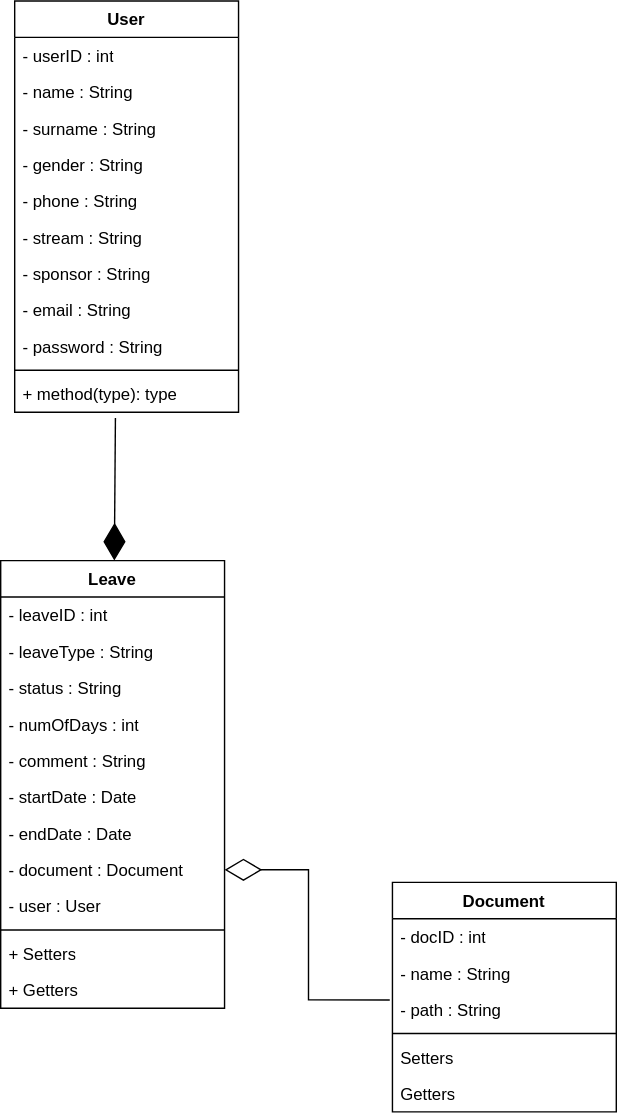
The draw.io diagram Class diagram/Leave Class Diagram.drawio.svg in tshegofatso-motlhakane/LeaveManagement--Documentation, before a commit. Source tidied: cells renumbered, new cells last; positions are measured from the earlier drawing's top-left corner, leaving out a move shared by most shapes. Source of this version:
```xml
<mxGraphModel>
  <root>
    <mxCell id="0" />
    <mxCell id="1" parent="0" />
    <mxCell id="2" value="Leave" style="swimlane;fontStyle=1;align=center;verticalAlign=top;horizontal=1;startSize=26;whiteSpace=wrap;html=1;" parent="1" vertex="1">
      <mxGeometry y="400" width="160" height="320" as="geometry" />
    </mxCell>
    <mxCell id="3" value="- leaveID : int" style="text;strokeColor=none;fillColor=none;align=left;verticalAlign=top;spacingLeft=4;spacingRight=4;overflow=hidden;whiteSpace=wrap;html=1;" parent="2" vertex="1">
      <mxGeometry y="26" width="160" height="26" as="geometry" />
    </mxCell>
    <mxCell id="4" value="- leaveType : String" style="text;strokeColor=none;fillColor=none;align=left;verticalAlign=top;spacingLeft=4;spacingRight=4;overflow=hidden;whiteSpace=wrap;html=1;" parent="2" vertex="1">
      <mxGeometry y="52" width="160" height="26" as="geometry" />
    </mxCell>
    <mxCell id="5" value="- status : String" style="text;strokeColor=none;fillColor=none;align=left;verticalAlign=top;spacingLeft=4;spacingRight=4;overflow=hidden;whiteSpace=wrap;html=1;" parent="2" vertex="1">
      <mxGeometry y="78" width="160" height="26" as="geometry" />
    </mxCell>
    <mxCell id="6" value="- numOfDays : int" style="text;strokeColor=none;fillColor=none;align=left;verticalAlign=top;spacingLeft=4;spacingRight=4;overflow=hidden;whiteSpace=wrap;html=1;" parent="2" vertex="1">
      <mxGeometry y="104" width="160" height="26" as="geometry" />
    </mxCell>
    <mxCell id="7" value="- comment : String" style="text;strokeColor=none;fillColor=none;align=left;verticalAlign=top;spacingLeft=4;spacingRight=4;overflow=hidden;whiteSpace=wrap;html=1;" parent="2" vertex="1">
      <mxGeometry y="130" width="160" height="26" as="geometry" />
    </mxCell>
    <mxCell id="8" value="- startDate : Date" style="text;strokeColor=none;fillColor=none;align=left;verticalAlign=top;spacingLeft=4;spacingRight=4;overflow=hidden;whiteSpace=wrap;html=1;" parent="2" vertex="1">
      <mxGeometry y="156" width="160" height="26" as="geometry" />
    </mxCell>
    <mxCell id="9" value="- endDate : Date" style="text;strokeColor=none;fillColor=none;align=left;verticalAlign=top;spacingLeft=4;spacingRight=4;overflow=hidden;whiteSpace=wrap;html=1;" parent="2" vertex="1">
      <mxGeometry y="182" width="160" height="26" as="geometry" />
    </mxCell>
    <mxCell id="10" value="- document : Document" style="text;strokeColor=none;fillColor=none;align=left;verticalAlign=top;spacingLeft=4;spacingRight=4;overflow=hidden;points=[[0,0.5],[1,0.5]];portConstraint=eastwest;whiteSpace=wrap;html=1;" parent="2" vertex="1">
      <mxGeometry y="208" width="160" height="26" as="geometry" />
    </mxCell>
    <mxCell id="11" value="- user : User" style="text;strokeColor=none;fillColor=none;align=left;verticalAlign=top;spacingLeft=4;spacingRight=4;overflow=hidden;whiteSpace=wrap;html=1;" parent="2" vertex="1">
      <mxGeometry y="234" width="160" height="26" as="geometry" />
    </mxCell>
    <mxCell id="12" style="line;strokeWidth=1;fillColor=none;align=left;verticalAlign=middle;spacingTop=-1;spacingLeft=3;spacingRight=3;labelPosition=right;strokeColor=inherit;" parent="2" vertex="1">
      <mxGeometry y="260" width="160" height="8" as="geometry" />
    </mxCell>
    <mxCell id="13" value="+ Setters" style="text;strokeColor=none;fillColor=none;align=left;verticalAlign=top;spacingLeft=4;spacingRight=4;overflow=hidden;whiteSpace=wrap;html=1;" parent="2" vertex="1">
      <mxGeometry y="268" width="160" height="26" as="geometry" />
    </mxCell>
    <mxCell id="14" value="+ Getters" style="text;strokeColor=none;fillColor=none;align=left;verticalAlign=top;spacingLeft=4;spacingRight=4;overflow=hidden;whiteSpace=wrap;html=1;" parent="2" vertex="1">
      <mxGeometry y="294" width="160" height="26" as="geometry" />
    </mxCell>
    <mxCell id="15" value="Document" style="swimlane;fontStyle=1;align=center;verticalAlign=top;horizontal=1;startSize=26;whiteSpace=wrap;html=1;" parent="1" vertex="1">
      <mxGeometry x="280" y="630" width="160" height="164" as="geometry" />
    </mxCell>
    <mxCell id="16" value="- docID : int" style="text;strokeColor=none;fillColor=none;align=left;verticalAlign=top;spacingLeft=4;spacingRight=4;overflow=hidden;whiteSpace=wrap;html=1;" parent="15" vertex="1">
      <mxGeometry y="26" width="160" height="26" as="geometry" />
    </mxCell>
    <mxCell id="17" value="- name : String" style="text;strokeColor=none;fillColor=none;align=left;verticalAlign=top;spacingLeft=4;spacingRight=4;overflow=hidden;whiteSpace=wrap;html=1;" parent="15" vertex="1">
      <mxGeometry y="52" width="160" height="26" as="geometry" />
    </mxCell>
    <mxCell id="18" value="- path : String" style="text;strokeColor=none;fillColor=none;align=left;verticalAlign=top;spacingLeft=4;spacingRight=4;overflow=hidden;points=[[0,0.5],[1,0.5]];portConstraint=eastwest;whiteSpace=wrap;html=1;" parent="15" vertex="1">
      <mxGeometry y="78" width="160" height="26" as="geometry" />
    </mxCell>
    <mxCell id="19" style="line;strokeWidth=1;fillColor=none;align=left;verticalAlign=middle;spacingTop=-1;spacingLeft=3;spacingRight=3;labelPosition=right;strokeColor=inherit;" parent="15" vertex="1">
      <mxGeometry y="104" width="160" height="8" as="geometry" />
    </mxCell>
    <mxCell id="20" value="Setters" style="text;strokeColor=none;fillColor=none;align=left;verticalAlign=top;spacingLeft=4;spacingRight=4;overflow=hidden;whiteSpace=wrap;html=1;" parent="15" vertex="1">
      <mxGeometry y="112" width="160" height="26" as="geometry" />
    </mxCell>
    <mxCell id="21" value="Getters" style="text;strokeColor=none;fillColor=none;align=left;verticalAlign=top;spacingLeft=4;spacingRight=4;overflow=hidden;whiteSpace=wrap;html=1;" parent="15" vertex="1">
      <mxGeometry y="138" width="160" height="26" as="geometry" />
    </mxCell>
    <mxCell id="22" style="endArrow=diamondThin;endFill=0;endSize=24;html=1;rounded=0;entryX=1;entryY=0.5;entryDx=0;entryDy=0;exitX=-0.012;exitY=0.231;exitDx=0;exitDy=0;exitPerimeter=0;edgeStyle=orthogonalEdgeStyle;" parent="1" edge="1" source="18" target="10">
      <mxGeometry relative="1" as="geometry" />
    </mxCell>
    <mxCell id="23" value="User" style="swimlane;fontStyle=1;align=center;verticalAlign=top;horizontal=1;startSize=26;whiteSpace=wrap;html=1;border-radius=5;" parent="1" vertex="1">
      <mxGeometry x="10" width="160" height="294" as="geometry" />
    </mxCell>
    <mxCell id="24" value="- userID : int" style="text;strokeColor=none;fillColor=none;align=left;verticalAlign=top;spacingLeft=4;spacingRight=4;overflow=hidden;whiteSpace=wrap;html=1;" parent="23" vertex="1">
      <mxGeometry y="26" width="160" height="26" as="geometry" />
    </mxCell>
    <mxCell id="25" value="- name : String" style="text;strokeColor=none;fillColor=none;align=left;verticalAlign=top;spacingLeft=4;spacingRight=4;overflow=hidden;whiteSpace=wrap;html=1;" parent="23" vertex="1">
      <mxGeometry y="52" width="160" height="26" as="geometry" />
    </mxCell>
    <mxCell id="26" value="- surname : String" style="text;strokeColor=none;fillColor=none;align=left;verticalAlign=top;spacingLeft=4;spacingRight=4;overflow=hidden;whiteSpace=wrap;html=1;" parent="23" vertex="1">
      <mxGeometry y="78" width="160" height="26" as="geometry" />
    </mxCell>
    <mxCell id="27" value="- gender : String" style="text;strokeColor=none;fillColor=none;align=left;verticalAlign=top;spacingLeft=4;spacingRight=4;overflow=hidden;whiteSpace=wrap;html=1;" parent="23" vertex="1">
      <mxGeometry y="104" width="160" height="26" as="geometry" />
    </mxCell>
    <mxCell id="28" value="- phone : String" style="text;strokeColor=none;fillColor=none;align=left;verticalAlign=top;spacingLeft=4;spacingRight=4;overflow=hidden;whiteSpace=wrap;html=1;" parent="23" vertex="1">
      <mxGeometry y="130" width="160" height="26" as="geometry" />
    </mxCell>
    <mxCell id="29" value="- stream : String" style="text;strokeColor=none;fillColor=none;align=left;verticalAlign=top;spacingLeft=4;spacingRight=4;overflow=hidden;whiteSpace=wrap;html=1;" parent="23" vertex="1">
      <mxGeometry y="156" width="160" height="26" as="geometry" />
    </mxCell>
    <mxCell id="30" value="- sponsor : String" style="text;strokeColor=none;fillColor=none;align=left;verticalAlign=top;spacingLeft=4;spacingRight=4;overflow=hidden;whiteSpace=wrap;html=1;" parent="23" vertex="1">
      <mxGeometry y="182" width="160" height="26" as="geometry" />
    </mxCell>
    <mxCell id="31" value="- email : String" style="text;strokeColor=none;fillColor=none;align=left;verticalAlign=top;spacingLeft=4;spacingRight=4;overflow=hidden;whiteSpace=wrap;html=1;" parent="23" vertex="1">
      <mxGeometry y="208" width="160" height="26" as="geometry" />
    </mxCell>
    <mxCell id="32" value="- password : String" style="text;strokeColor=none;fillColor=none;align=left;verticalAlign=top;spacingLeft=4;spacingRight=4;overflow=hidden;whiteSpace=wrap;html=1;" parent="23" vertex="1">
      <mxGeometry y="234" width="160" height="26" as="geometry" />
    </mxCell>
    <mxCell id="33" style="line;strokeWidth=1;fillColor=none;align=left;verticalAlign=middle;spacingTop=-1;spacingLeft=3;spacingRight=3;labelPosition=right;strokeColor=inherit;" parent="23" vertex="1">
      <mxGeometry y="260" width="160" height="8" as="geometry" />
    </mxCell>
    <mxCell id="34" value="+ method(type): type" style="text;strokeColor=none;fillColor=none;align=left;verticalAlign=top;spacingLeft=4;spacingRight=4;overflow=hidden;points=[[0,0.5],[1,0.5]];portConstraint=eastwest;whiteSpace=wrap;html=1;" parent="23" vertex="1">
      <mxGeometry y="268" width="160" height="26" as="geometry" />
    </mxCell>
    <mxCell id="35" style="endArrow=diamondThin;endFill=1;endSize=24;html=1;rounded=0;exitX=0.45;exitY=1.154;exitDx=0;exitDy=0;exitPerimeter=0;" parent="1" edge="1" source="34" target="2">
      <mxGeometry relative="1" as="geometry" />
    </mxCell>
  </root>
</mxGraphModel>
```
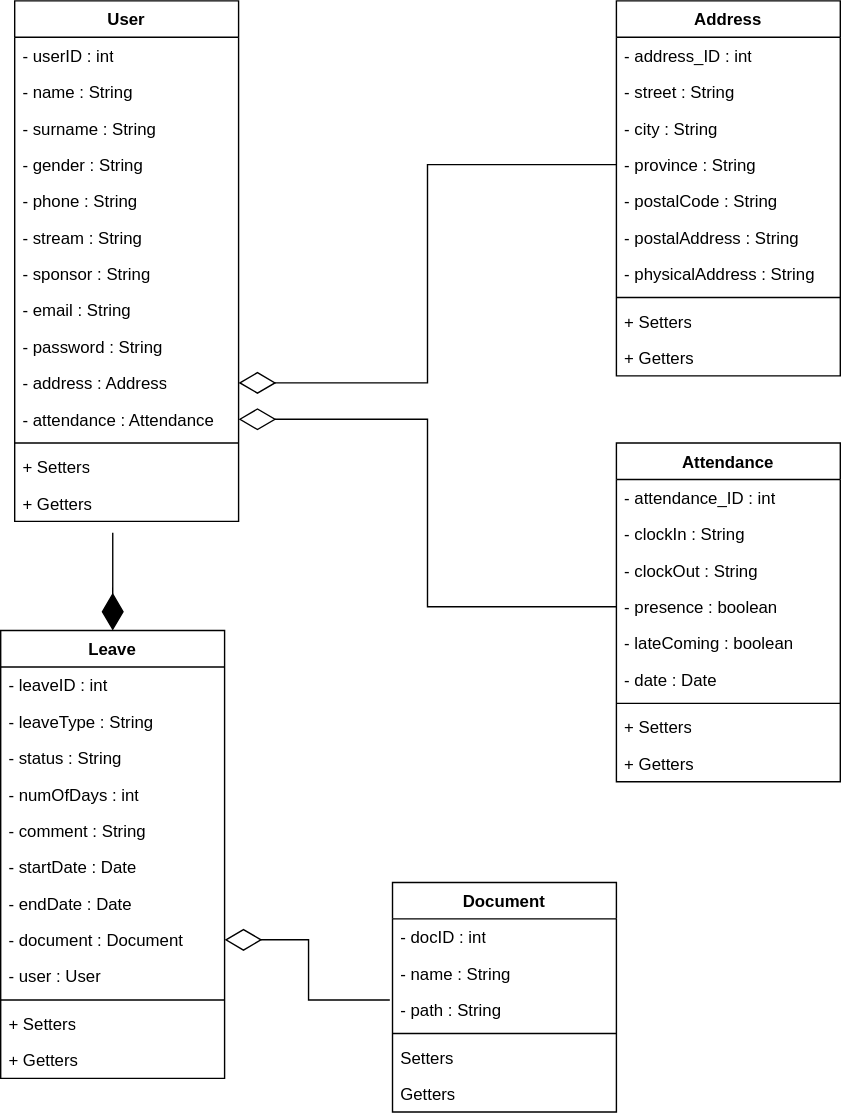
The same diagram one commit later.

Commit message:
an update on class diagram

Diff of the diagram source:
```diff
@@ -3,7 +3,7 @@
     <mxCell id="0" />
     <mxCell id="1" parent="0" />
     <mxCell id="2" value="Leave" style="swimlane;fontStyle=1;align=center;verticalAlign=top;horizontal=1;startSize=26;whiteSpace=wrap;html=1;" parent="1" vertex="1">
-      <mxGeometry y="400" width="160" height="320" as="geometry" />
+      <mxGeometry y="450" width="160" height="320" as="geometry" />
     </mxCell>
     <mxCell id="3" value="- leaveID : int" style="text;strokeColor=none;fillColor=none;align=left;verticalAlign=top;spacingLeft=4;spacingRight=4;overflow=hidden;whiteSpace=wrap;html=1;" parent="2" vertex="1">
       <mxGeometry y="26" width="160" height="26" as="geometry" />
@@ -66,7 +66,7 @@
       <mxGeometry relative="1" as="geometry" />
     </mxCell>
     <mxCell id="23" value="User" style="swimlane;fontStyle=1;align=center;verticalAlign=top;horizontal=1;startSize=26;whiteSpace=wrap;html=1;border-radius=5;" parent="1" vertex="1">
-      <mxGeometry x="10" width="160" height="294" as="geometry" />
+      <mxGeometry x="10" width="160" height="372" as="geometry" />
     </mxCell>
     <mxCell id="24" value="- userID : int" style="text;strokeColor=none;fillColor=none;align=left;verticalAlign=top;spacingLeft=4;spacingRight=4;overflow=hidden;whiteSpace=wrap;html=1;" parent="23" vertex="1">
       <mxGeometry y="26" width="160" height="26" as="geometry" />
@@ -95,14 +95,92 @@
     <mxCell id="32" value="- password : String" style="text;strokeColor=none;fillColor=none;align=left;verticalAlign=top;spacingLeft=4;spacingRight=4;overflow=hidden;whiteSpace=wrap;html=1;" parent="23" vertex="1">
       <mxGeometry y="234" width="160" height="26" as="geometry" />
     </mxCell>
+    <mxCell id="36" value="- address : Address" style="text;strokeColor=none;fillColor=none;align=left;verticalAlign=top;spacingLeft=4;spacingRight=4;overflow=hidden;points=[[0,0.5],[1,0.5]];portConstraint=eastwest;whiteSpace=wrap;html=1;" parent="23" vertex="1">
+      <mxGeometry y="260" width="160" height="26" as="geometry" />
+    </mxCell>
+    <mxCell id="37" value="- attendance : Attendance" style="text;strokeColor=none;fillColor=none;align=left;verticalAlign=top;spacingLeft=4;spacingRight=4;overflow=hidden;points=[[0,0.5],[1,0.5]];portConstraint=eastwest;whiteSpace=wrap;html=1;" parent="23" vertex="1">
+      <mxGeometry y="286" width="160" height="26" as="geometry" />
+    </mxCell>
     <mxCell id="33" style="line;strokeWidth=1;fillColor=none;align=left;verticalAlign=middle;spacingTop=-1;spacingLeft=3;spacingRight=3;labelPosition=right;strokeColor=inherit;" parent="23" vertex="1">
-      <mxGeometry y="260" width="160" height="8" as="geometry" />
+      <mxGeometry y="312" width="160" height="8" as="geometry" />
     </mxCell>
-    <mxCell id="34" value="+ method(type): type" style="text;strokeColor=none;fillColor=none;align=left;verticalAlign=top;spacingLeft=4;spacingRight=4;overflow=hidden;points=[[0,0.5],[1,0.5]];portConstraint=eastwest;whiteSpace=wrap;html=1;" parent="23" vertex="1">
-      <mxGeometry y="268" width="160" height="26" as="geometry" />
+    <mxCell id="34" value="+ Setters" style="text;strokeColor=none;fillColor=none;align=left;verticalAlign=top;spacingLeft=4;spacingRight=4;overflow=hidden;points=[[0,0.5],[1,0.5]];portConstraint=eastwest;whiteSpace=wrap;html=1;" parent="23" vertex="1">
+      <mxGeometry y="320" width="160" height="26" as="geometry" />
     </mxCell>
+    <mxCell id="38" value="+ Getters" style="text;strokeColor=none;fillColor=none;align=left;verticalAlign=top;spacingLeft=4;spacingRight=4;overflow=hidden;points=[[0,0.5],[1,0.5]];portConstraint=eastwest;whiteSpace=wrap;html=1;" parent="23" vertex="1">
+      <mxGeometry y="346" width="160" height="26" as="geometry" />
+    </mxCell>
-    <mxCell id="35" style="endArrow=diamondThin;endFill=1;endSize=24;html=1;rounded=0;exitX=0.45;exitY=1.154;exitDx=0;exitDy=0;exitPerimeter=0;" parent="1" edge="1" source="34" target="2">
+    <mxCell id="35" style="endArrow=diamondThin;endFill=1;endSize=24;html=1;rounded=0;exitX=0.438;exitY=1.308;exitDx=0;exitDy=0;exitPerimeter=0;" parent="1" edge="1" source="38" target="2">
       <mxGeometry relative="1" as="geometry" />
     </mxCell>
+    <mxCell id="39" value="Attendance" style="swimlane;fontStyle=1;align=center;verticalAlign=top;horizontal=1;startSize=26;whiteSpace=wrap;html=1;" parent="1" vertex="1">
+      <mxGeometry x="440" y="316" width="160" height="242" as="geometry" />
+    </mxCell>
+    <mxCell id="40" value="- attendance_ID : int" style="text;strokeColor=none;fillColor=none;align=left;verticalAlign=top;spacingLeft=4;spacingRight=4;overflow=hidden;whiteSpace=wrap;html=1;" parent="39" vertex="1">
+      <mxGeometry y="26" width="160" height="26" as="geometry" />
+    </mxCell>
+    <mxCell id="41" value="- clockIn : String" style="text;strokeColor=none;fillColor=none;align=left;verticalAlign=top;spacingLeft=4;spacingRight=4;overflow=hidden;whiteSpace=wrap;html=1;" parent="39" vertex="1">
+      <mxGeometry y="52" width="160" height="26" as="geometry" />
+    </mxCell>
+    <mxCell id="42" value="- clockOut : String" style="text;strokeColor=none;fillColor=none;align=left;verticalAlign=top;spacingLeft=4;spacingRight=4;overflow=hidden;whiteSpace=wrap;html=1;" parent="39" vertex="1">
+      <mxGeometry y="78" width="160" height="26" as="geometry" />
+    </mxCell>
+    <mxCell id="43" value="- presence : boolean" style="text;strokeColor=none;fillColor=none;align=left;verticalAlign=top;spacingLeft=4;spacingRight=4;overflow=hidden;points=[[0,0.5],[1,0.5]];portConstraint=eastwest;whiteSpace=wrap;html=1;" parent="39" vertex="1">
+      <mxGeometry y="104" width="160" height="26" as="geometry" />
+    </mxCell>
+    <mxCell id="44" value="- lateComing : boolean&amp;nbsp;" style="text;strokeColor=none;fillColor=none;align=left;verticalAlign=top;spacingLeft=4;spacingRight=4;overflow=hidden;whiteSpace=wrap;html=1;" parent="39" vertex="1">
+      <mxGeometry y="130" width="160" height="26" as="geometry" />
+    </mxCell>
+    <mxCell id="45" value="- date : Date" style="text;strokeColor=none;fillColor=none;align=left;verticalAlign=top;spacingLeft=4;spacingRight=4;overflow=hidden;whiteSpace=wrap;html=1;" parent="39" vertex="1">
+      <mxGeometry y="156" width="160" height="26" as="geometry" />
+    </mxCell>
+    <mxCell id="46" style="line;strokeWidth=1;fillColor=none;align=left;verticalAlign=middle;spacingTop=-1;spacingLeft=3;spacingRight=3;labelPosition=right;strokeColor=inherit;" parent="39" vertex="1">
+      <mxGeometry y="182" width="160" height="8" as="geometry" />
+    </mxCell>
+    <mxCell id="47" value="+ Setters" style="text;strokeColor=none;fillColor=none;align=left;verticalAlign=top;spacingLeft=4;spacingRight=4;overflow=hidden;whiteSpace=wrap;html=1;" parent="39" vertex="1">
+      <mxGeometry y="190" width="160" height="26" as="geometry" />
+    </mxCell>
+    <mxCell id="48" value="+ Getters" style="text;strokeColor=none;fillColor=none;align=left;verticalAlign=top;spacingLeft=4;spacingRight=4;overflow=hidden;whiteSpace=wrap;html=1;" parent="39" vertex="1">
+      <mxGeometry y="216" width="160" height="26" as="geometry" />
+    </mxCell>
+    <mxCell id="49" value="Address" style="swimlane;fontStyle=1;align=center;verticalAlign=top;horizontal=1;startSize=26;whiteSpace=wrap;html=1;" parent="1" vertex="1">
+      <mxGeometry x="440" width="160" height="268" as="geometry" />
+    </mxCell>
+    <mxCell id="50" value="- address_ID : int" style="text;strokeColor=none;fillColor=none;align=left;verticalAlign=top;spacingLeft=4;spacingRight=4;overflow=hidden;whiteSpace=wrap;html=1;" parent="49" vertex="1">
+      <mxGeometry y="26" width="160" height="26" as="geometry" />
+    </mxCell>
+    <mxCell id="51" value="- street : String" style="text;strokeColor=none;fillColor=none;align=left;verticalAlign=top;spacingLeft=4;spacingRight=4;overflow=hidden;whiteSpace=wrap;html=1;" parent="49" vertex="1">
+      <mxGeometry y="52" width="160" height="26" as="geometry" />
+    </mxCell>
+    <mxCell id="52" value="- city : String" style="text;strokeColor=none;fillColor=none;align=left;verticalAlign=top;spacingLeft=4;spacingRight=4;overflow=hidden;whiteSpace=wrap;html=1;" parent="49" vertex="1">
+      <mxGeometry y="78" width="160" height="26" as="geometry" />
+    </mxCell>
+    <mxCell id="53" value="- province : String" style="text;strokeColor=none;fillColor=none;align=left;verticalAlign=top;spacingLeft=4;spacingRight=4;overflow=hidden;points=[[0,0.5],[1,0.5]];portConstraint=eastwest;whiteSpace=wrap;html=1;" parent="49" vertex="1">
+      <mxGeometry y="104" width="160" height="26" as="geometry" />
+    </mxCell>
+    <mxCell id="54" value="- postalCode : String" style="text;strokeColor=none;fillColor=none;align=left;verticalAlign=top;spacingLeft=4;spacingRight=4;overflow=hidden;whiteSpace=wrap;html=1;" parent="49" vertex="1">
+      <mxGeometry y="130" width="160" height="26" as="geometry" />
+    </mxCell>
+    <mxCell id="55" value="- postalAddress : String" style="text;strokeColor=none;fillColor=none;align=left;verticalAlign=top;spacingLeft=4;spacingRight=4;overflow=hidden;whiteSpace=wrap;html=1;" parent="49" vertex="1">
+      <mxGeometry y="156" width="160" height="26" as="geometry" />
+    </mxCell>
+    <mxCell id="56" value="- physicalAddress : String" style="text;strokeColor=none;fillColor=none;align=left;verticalAlign=top;spacingLeft=4;spacingRight=4;overflow=hidden;whiteSpace=wrap;html=1;" parent="49" vertex="1">
+      <mxGeometry y="182" width="160" height="26" as="geometry" />
+    </mxCell>
+    <mxCell id="57" style="line;strokeWidth=1;fillColor=none;align=left;verticalAlign=middle;spacingTop=-1;spacingLeft=3;spacingRight=3;labelPosition=right;strokeColor=inherit;" parent="49" vertex="1">
+      <mxGeometry y="208" width="160" height="8" as="geometry" />
+    </mxCell>
+    <mxCell id="58" value="+ Setters" style="text;strokeColor=none;fillColor=none;align=left;verticalAlign=top;spacingLeft=4;spacingRight=4;overflow=hidden;whiteSpace=wrap;html=1;" parent="49" vertex="1">
+      <mxGeometry y="216" width="160" height="26" as="geometry" />
+    </mxCell>
+    <mxCell id="59" value="+ Getters" style="text;strokeColor=none;fillColor=none;align=left;verticalAlign=top;spacingLeft=4;spacingRight=4;overflow=hidden;whiteSpace=wrap;html=1;" parent="49" vertex="1">
+      <mxGeometry y="242" width="160" height="26" as="geometry" />
+    </mxCell>
+    <mxCell id="60" style="endArrow=diamondThin;endFill=0;endSize=24;html=1;rounded=0;entryX=1;entryY=0.5;entryDx=0;entryDy=0;exitX=0;exitY=0.5;exitDx=0;exitDy=0;edgeStyle=orthogonalEdgeStyle;" parent="1" edge="1" source="53" target="36">
+      <mxGeometry relative="1" as="geometry" />
+    </mxCell>
+    <mxCell id="61" style="endArrow=diamondThin;endFill=0;endSize=24;html=1;rounded=0;entryX=1;entryY=0.5;entryDx=0;entryDy=0;exitX=0;exitY=0.5;exitDx=0;exitDy=0;edgeStyle=orthogonalEdgeStyle;" parent="1" edge="1" source="43" target="37">
+      <mxGeometry relative="1" as="geometry" />
+    </mxCell>
   </root>
 </mxGraphModel>
```
